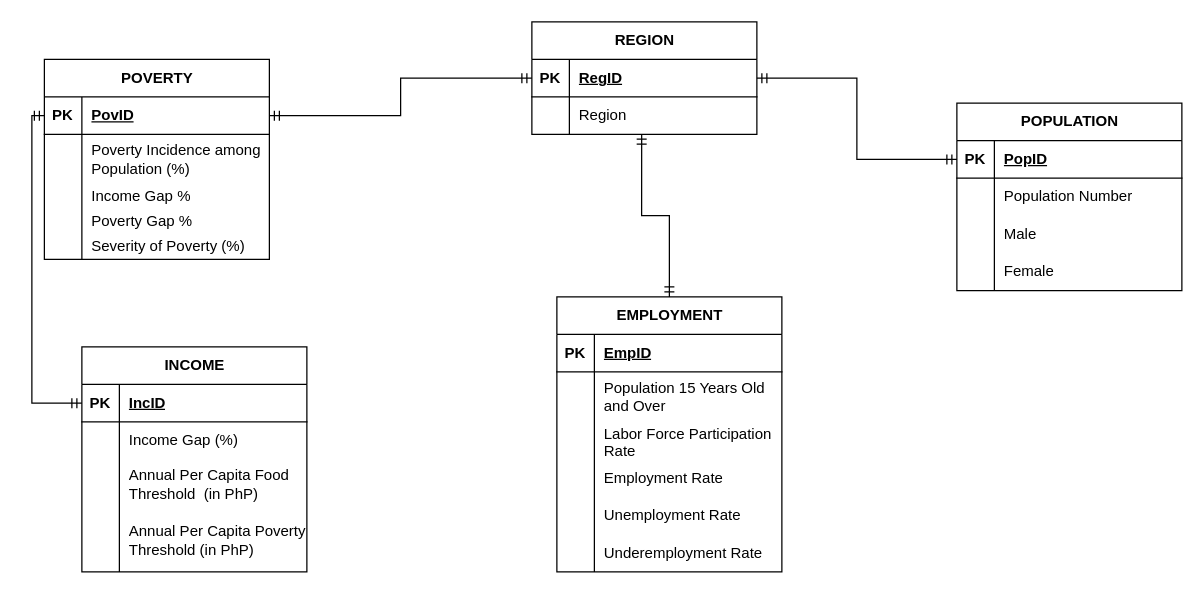
This is page "NRM" (3 of 4) of DECapstone diagrams.drawio from vinsanity2022/SPARTACapstone, a draw.io file, before an edit. Source tidied: cells renumbered, new cells numbered last; positions are measured from the earlier drawing's top-left corner, leaving out a move shared by most shapes. Both pictures are drawn from the tidied source at 125%, with x=0, y=0 at pixel (44, 21).
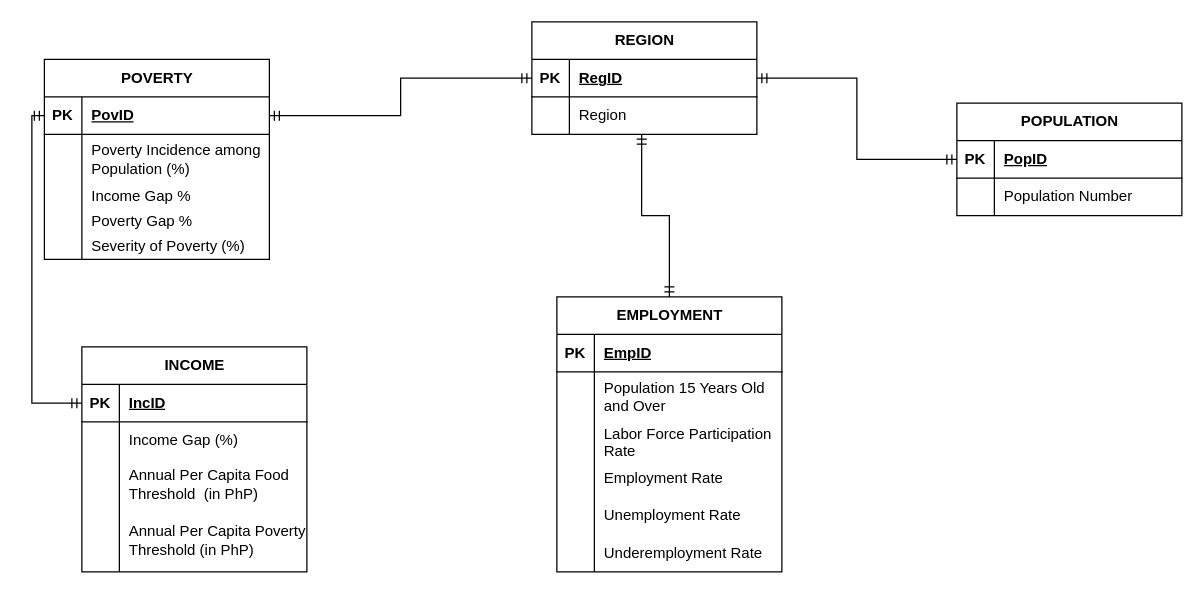
The same diagram, later.

What changed in the source:
```diff
@@
     <mxCell id="40" value="POPULATION" style="shape=table;startSize=30;childLayout=tableLayout;rowLines=0;fontStyle=1;align=center;html=1;" parent="1" vertex="1">
-      <mxGeometry x="730" y="65" width="180" height="150" as="geometry" />
+      <mxGeometry x="730" y="65" width="180" height="90" as="geometry" />
     </mxCell>
@@
-    <mxCell id="47" style="shape=tableRow;horizontal=0;startSize=0;swimlaneHead=0;swimlaneBody=0;fillColor=none;top=0;left=0;right=0;bottom=0;" parent="40" vertex="1">
-      <mxGeometry y="90" width="180" height="30" as="geometry" />
-    </mxCell>
-    <mxCell id="48" style="shape=partialRectangle;fillColor=none;top=0;left=0;bottom=0;right=0;overflow=hidden;whiteSpace=wrap;html=1;" parent="47" vertex="1">
-      <mxGeometry width="30" height="30" as="geometry" />
-    </mxCell>
-    <mxCell id="49" value="Male" style="shape=partialRectangle;fillColor=none;top=0;left=0;bottom=0;right=0;align=left;spacingLeft=6;overflow=hidden;whiteSpace=wrap;html=1;" parent="47" vertex="1">
-      <mxGeometry x="30" width="150" height="30" as="geometry" />
-    </mxCell>
-    <mxCell id="50" style="shape=tableRow;horizontal=0;startSize=0;swimlaneHead=0;swimlaneBody=0;fillColor=none;top=0;left=0;right=0;bottom=0;" parent="40" vertex="1">
-      <mxGeometry y="120" width="180" height="30" as="geometry" />
-    </mxCell>
-    <mxCell id="51" style="shape=partialRectangle;fillColor=none;top=0;left=0;bottom=0;right=0;overflow=hidden;whiteSpace=wrap;html=1;" parent="50" vertex="1">
-      <mxGeometry width="30" height="30" as="geometry" />
-    </mxCell>
-    <mxCell id="52" value="Female" style="shape=partialRectangle;fillColor=none;top=0;left=0;bottom=0;right=0;align=left;spacingLeft=6;overflow=hidden;whiteSpace=wrap;html=1;" parent="50" vertex="1">
-      <mxGeometry x="30" width="150" height="30" as="geometry" />
-    </mxCell>
```
